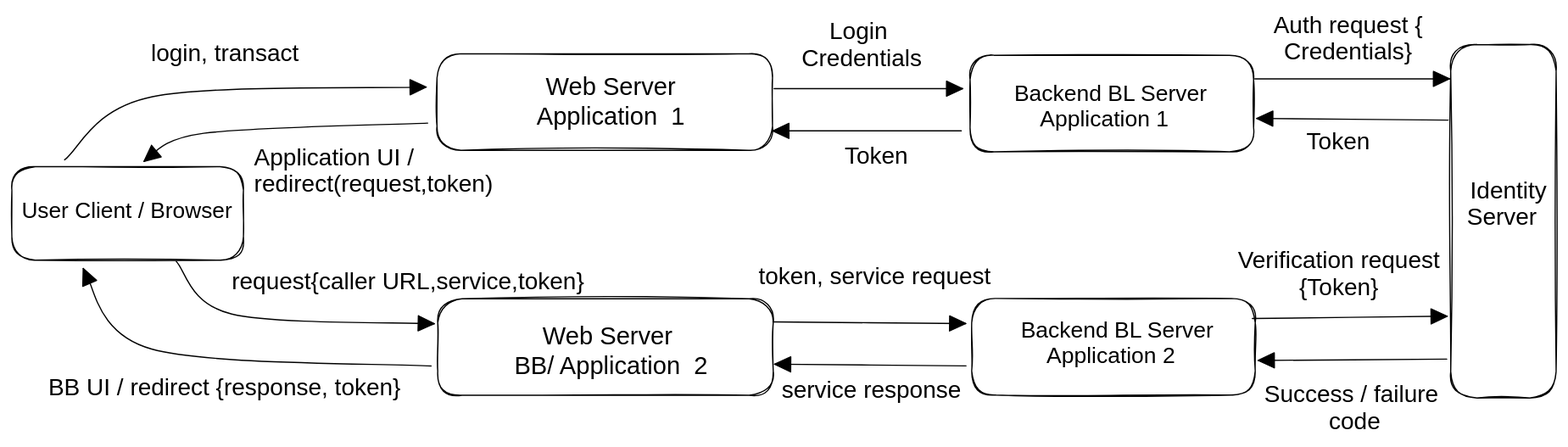
Earlier version of the Excalidraw export .gitbook/assets/file.excalidraw (2).svg (GovStackWorkingGroup/specifications). Source tidied: one line per element, renumbered; positions are measured from the earlier drawing's top-left corner, leaving out a move shared by most shapes.
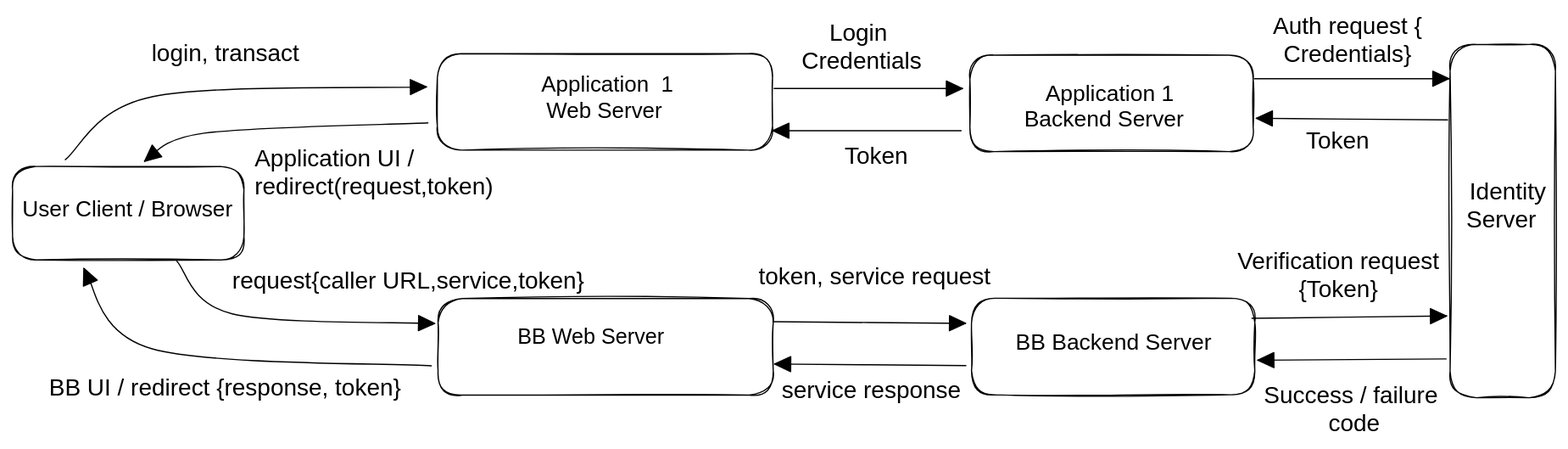
After the commit.

Commit message:
GITBOOK-216: change request with no subject merged in GitBook

What changed in the source:
```diff
@@ -1,15 +1,15 @@
 {"id": 0, "type": "rectangle", "strokeColor": "#000000", "strokeWidth": 1, "roughness": 1, "round": true, "x": 0, "y": 130, "width": 195, "height": 79}
-{"id": 1, "type": "text", "text": "User Client / Browser", "strokeColor": "#000000", "strokeWidth": 1, "roughness": 1, "fontSize": 18.78, "fontFamily": 2, "x": 8, "y": 156, "width": 179, "height": 21}
+{"id": 1, "type": "text", "text": "User Client / Browser", "strokeColor": "#000000", "strokeWidth": 1, "roughness": 1, "fontSize": 18.78, "fontFamily": 2, "x": 8, "y": 156, "width": 179, "height": 22}
 {"id": 2, "type": "rectangle", "strokeColor": "#000000", "strokeWidth": 1, "roughness": 1, "round": true, "x": 358, "y": 35, "width": 282, "height": 81}
-{"id": 3, "type": "text", "text": "Web Server \nApplication  1 ", "strokeColor": "#000000", "strokeWidth": 1, "roughness": 1, "fontSize": 20.78, "fontFamily": 2, "textAlign": "center", "x": 441, "y": 51, "width": 133, "height": 50}
+{"id": 3, "type": "text", "text": "Application  1\nWeb Server \n ", "strokeColor": "#000000", "strokeWidth": 1, "roughness": 1, "fontSize": 18.53, "fontFamily": 2, "textAlign": "center", "x": 445, "y": 51, "width": 112, "height": 66}
 {"id": 4, "type": "rectangle", "strokeColor": "#000000", "strokeWidth": 1, "roughness": 1, "round": true, "x": 807, "y": 36, "width": 239, "height": 81}
-{"id": 5, "type": "text", "text": "  Backend BL Server\nApplication 1", "strokeColor": "#000000", "strokeWidth": 1, "roughness": 1, "fontSize": 18.91, "fontFamily": 2, "textAlign": "center", "x": 833, "y": 58, "width": 174, "height": 43}
+{"id": 5, "type": "text", "text": "  Application 1\nBackend Server", "strokeColor": "#000000", "strokeWidth": 1, "roughness": 1, "fontSize": 18.91, "fontFamily": 2, "textAlign": "center", "x": 851, "y": 58, "width": 137, "height": 44}
 {"id": 6, "type": "rectangle", "strokeColor": "#000000", "strokeWidth": 1, "roughness": 1, "round": true, "x": 1212, "y": 27, "width": 89, "height": 297}
-{"id": 7, "type": "text", "text": "   Identity\n Server", "strokeColor": "#000000", "strokeWidth": 1, "roughness": 1, "fontSize": 20, "fontFamily": 2, "textAlign": "center", "x": 1211, "y": 139, "width": 82, "height": 45}
+{"id": 7, "type": "text", "text": "   Identity\n Server", "strokeColor": "#000000", "strokeWidth": 1, "roughness": 1, "fontSize": 20, "fontFamily": 2, "textAlign": "center", "x": 1211, "y": 139, "width": 82, "height": 47}
 {"id": 8, "type": "rectangle", "strokeColor": "#000000", "strokeWidth": 1, "roughness": 1, "round": true, "x": 359, "y": 241, "width": 282, "height": 81}
-{"id": 9, "type": "text", "text": "Web Server  \nBB/ Application  2 ", "strokeColor": "#000000", "strokeWidth": 1, "roughness": 1, "fontSize": 20.78, "fontFamily": 2, "textAlign": "center", "x": 422, "y": 261, "width": 171, "height": 50}
+{"id": 9, "type": "text", "text": "BB Web Server  \n ", "strokeColor": "#000000", "strokeWidth": 1, "roughness": 1, "fontSize": 17.98, "fontFamily": 2, "textAlign": "center", "x": 425, "y": 263, "width": 134, "height": 42}
 {"id": 10, "type": "rectangle", "strokeColor": "#000000", "strokeWidth": 1, "roughness": 1, "round": true, "x": 808, "y": 241, "width": 239, "height": 81}
-{"id": 11, "type": "text", "text": "  Backend BL Server\nApplication 2", "strokeColor": "#000000", "strokeWidth": 1, "roughness": 1, "fontSize": 18.91, "fontFamily": 2, "textAlign": "center", "x": 838, "y": 257, "width": 174, "height": 43}
+{"id": 11, "type": "text", "text": "  BB Backend Server\n", "strokeColor": "#000000", "strokeWidth": 1, "roughness": 1, "fontSize": 18.91, "fontFamily": 2, "textAlign": "center", "x": 834, "y": 268, "width": 177, "height": 44}
 {"id": 12, "type": "arrow", "strokeColor": "#000000", "strokeWidth": 1, "roughness": 0, "endArrowhead": "triangle", "round": true, "from": 2, "to": 0, "x": 350, "y": 94, "width": 239, "height": 32, "points": [[0, 0], [-189, 9], [-239, 32]]}
 {"id": 13, "type": "arrow", "strokeColor": "#000000", "strokeWidth": 1, "roughness": 0, "startArrowhead": "triangle", "round": true, "from": 8, "to": 0, "x": 356, "y": 262, "width": 217, "height": 52, "points": [[0, 0], [-171, -8], [-217, -52]]}
 {"id": 14, "type": "arrow", "strokeColor": "#000000", "strokeWidth": 1, "roughness": 0, "endArrowhead": "triangle", "round": true, "from": 2, "to": 4, "x": 642, "y": 65, "width": 159, "height": 0, "points": [[0, 0], [159, 0]]}
@@ -22,15 +22,15 @@
 {"id": 21, "type": "arrow", "strokeColor": "#000000", "strokeWidth": 1, "roughness": 0, "startArrowhead": "triangle", "round": true, "from": 4, "to": 6, "x": 1048, "y": 90, "width": 161, "height": 1, "points": [[0, 0], [161, 1]]}
 {"id": 22, "type": "arrow", "strokeColor": "#000000", "strokeWidth": 1, "roughness": 0, "endArrowhead": "triangle", "round": true, "from": 8, "to": 0, "x": 353, "y": 298, "width": 293, "height": 82, "points": [[0, 0], [-235, -14], [-293, -82]]}
 {"id": 23, "type": "arrow", "strokeColor": "#000000", "strokeWidth": 1, "roughness": 0, "startArrowhead": "triangle", "round": true, "from": 2, "to": 0, "x": 349, "y": 63, "width": 304, "height": 61, "points": [[0, 0], [-230, 8], [-304, 61]]}
-{"id": 24, "type": "text", "text": "Login \nCredentials", "strokeColor": "#000000", "strokeWidth": 1, "roughness": 0, "fontSize": 20, "fontFamily": 2, "textAlign": "center", "x": 664, "y": 6, "width": 103, "height": 45}
+{"id": 24, "type": "text", "text": "Login \nCredentials", "strokeColor": "#000000", "strokeWidth": 1, "roughness": 0, "fontSize": 20, "fontFamily": 2, "textAlign": "center", "x": 664, "y": 6, "width": 103, "height": 47}
-{"id": 25, "type": "text", "text": "Auth request {\nCredentials}", "strokeColor": "#000000", "strokeWidth": 1, "roughness": 0, "fontSize": 20, "fontFamily": 2, "textAlign": "center", "x": 1062, "y": 0, "width": 127, "height": 45}
+{"id": 25, "type": "text", "text": "Auth request {\nCredentials}", "strokeColor": "#000000", "strokeWidth": 1, "roughness": 0, "fontSize": 20, "fontFamily": 2, "textAlign": "center", "x": 1062, "y": 0, "width": 127, "height": 47}
-{"id": 26, "type": "text", "text": "Token", "strokeColor": "#000000", "strokeWidth": 1, "roughness": 0, "fontSize": 20, "fontFamily": 2, "textAlign": "center", "x": 1089, "y": 97, "width": 55, "height": 23}
+{"id": 26, "type": "text", "text": "Token", "strokeColor": "#000000", "strokeWidth": 1, "roughness": 0, "fontSize": 20, "fontFamily": 2, "textAlign": "center", "x": 1089, "y": 97, "width": 55, "height": 24}
-{"id": 27, "type": "text", "text": "Token", "strokeColor": "#000000", "strokeWidth": 1, "roughness": 0, "fontSize": 20, "fontFamily": 2, "textAlign": "center", "x": 700, "y": 110, "width": 55, "height": 23}
+{"id": 27, "type": "text", "text": "Token", "strokeColor": "#000000", "strokeWidth": 1, "roughness": 0, "fontSize": 20, "fontFamily": 2, "textAlign": "center", "x": 700, "y": 110, "width": 55, "height": 24}
-{"id": 28, "type": "text", "text": "request{caller URL,service,token}", "strokeColor": "#000000", "strokeWidth": 1, "roughness": 0, "fontSize": 20, "fontFamily": 2, "textAlign": "center", "x": 184, "y": 215, "width": 299, "height": 23}
+{"id": 28, "type": "text", "text": "request{caller URL,service,token}", "strokeColor": "#000000", "strokeWidth": 1, "roughness": 0, "fontSize": 20, "fontFamily": 2, "textAlign": "center", "x": 184, "y": 215, "width": 299, "height": 24}
-{"id": 29, "type": "text", "text": " BB UI / redirect {response, token}", "strokeColor": "#000000", "strokeWidth": 1, "roughness": 0, "fontSize": 20, "fontFamily": 2, "textAlign": "center", "x": 24, "y": 305, "width": 304, "height": 23}
+{"id": 29, "type": "text", "text": " BB UI / redirect {response, token}", "strokeColor": "#000000", "strokeWidth": 1, "roughness": 0, "fontSize": 20, "fontFamily": 2, "textAlign": "center", "x": 24, "y": 305, "width": 304, "height": 24}
-{"id": 30, "type": "text", "text": "token, service request", "strokeColor": "#000000", "strokeWidth": 1, "roughness": 0, "fontSize": 20, "fontFamily": 2, "textAlign": "center", "x": 628, "y": 211, "width": 198, "height": 23}
+{"id": 30, "type": "text", "text": "token, service request", "strokeColor": "#000000", "strokeWidth": 1, "roughness": 0, "fontSize": 20, "fontFamily": 2, "textAlign": "center", "x": 628, "y": 211, "width": 198, "height": 24}
-{"id": 31, "type": "text", "text": "service response", "strokeColor": "#000000", "strokeWidth": 1, "roughness": 0, "fontSize": 20, "fontFamily": 2, "textAlign": "center", "x": 647, "y": 307, "width": 153, "height": 23}
+{"id": 31, "type": "text", "text": "service response", "strokeColor": "#000000", "strokeWidth": 1, "roughness": 0, "fontSize": 20, "fontFamily": 2, "textAlign": "center", "x": 647, "y": 307, "width": 153, "height": 24}
-{"id": 32, "type": "text", "text": "Verification request\n{Token}", "strokeColor": "#000000", "strokeWidth": 1, "roughness": 0, "fontSize": 20, "fontFamily": 2, "textAlign": "center", "x": 1032, "y": 198, "width": 171, "height": 45}
+{"id": 32, "type": "text", "text": "Verification request\n{Token}", "strokeColor": "#000000", "strokeWidth": 1, "roughness": 0, "fontSize": 20, "fontFamily": 2, "textAlign": "center", "x": 1032, "y": 198, "width": 171, "height": 47}
-{"id": 33, "type": "text", "text": "Success / failure \ncode", "strokeColor": "#000000", "strokeWidth": 1, "roughness": 0, "fontSize": 20, "fontFamily": 2, "textAlign": "center", "x": 1054, "y": 311, "width": 153, "height": 45}
+{"id": 33, "type": "text", "text": "Success / failure \ncode", "strokeColor": "#000000", "strokeWidth": 1, "roughness": 0, "fontSize": 20, "fontFamily": 2, "textAlign": "center", "x": 1054, "y": 311, "width": 153, "height": 47}
-{"id": 34, "type": "text", "text": "login, transact", "strokeColor": "#000000", "strokeWidth": 1, "roughness": 0, "fontSize": 20, "fontFamily": 2, "textAlign": "center", "x": 116, "y": 24, "width": 127, "height": 23}
+{"id": 34, "type": "text", "text": "login, transact", "strokeColor": "#000000", "strokeWidth": 1, "roughness": 0, "fontSize": 20, "fontFamily": 2, "textAlign": "center", "x": 116, "y": 24, "width": 127, "height": 24}
-{"id": 35, "type": "text", "text": "Application UI / \nredirect(request,token)", "strokeColor": "#000000", "strokeWidth": 1, "roughness": 1, "fontSize": 20, "fontFamily": 2, "x": 204, "y": 112, "width": 203, "height": 45}
+{"id": 35, "type": "text", "text": "Application UI / \nredirect(request,token)", "strokeColor": "#000000", "strokeWidth": 1, "roughness": 1, "fontSize": 20, "fontFamily": 2, "x": 204, "y": 112, "width": 203, "height": 47}
```
